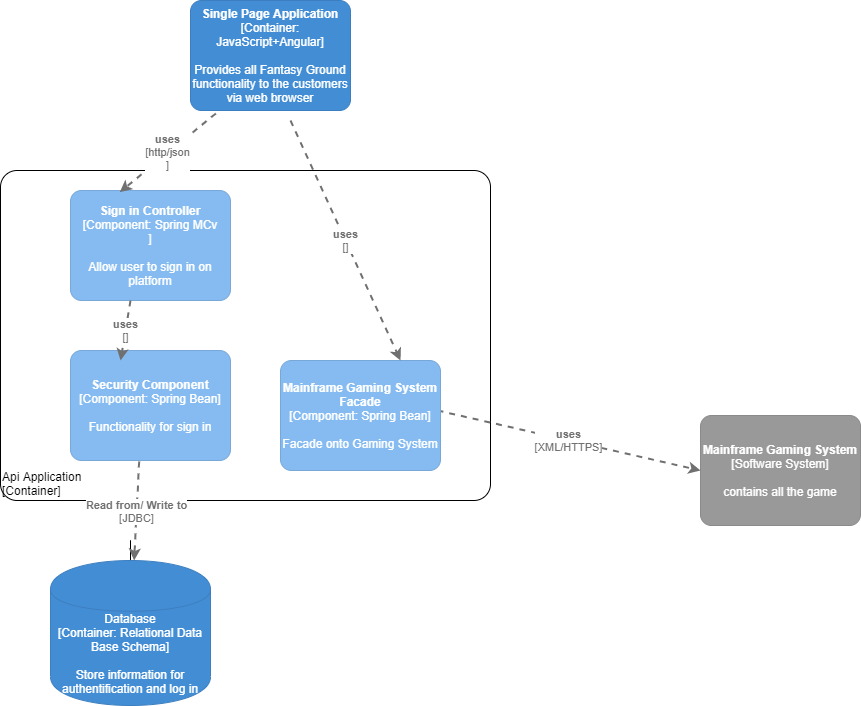
Above: Components.png in Madalina0303/Ip-lab4 (draw.io), before the change. Source tidied: cells renumbered, new cells last; positions are measured from the earlier drawing's top-left corner, leaving out a move shared by most shapes.
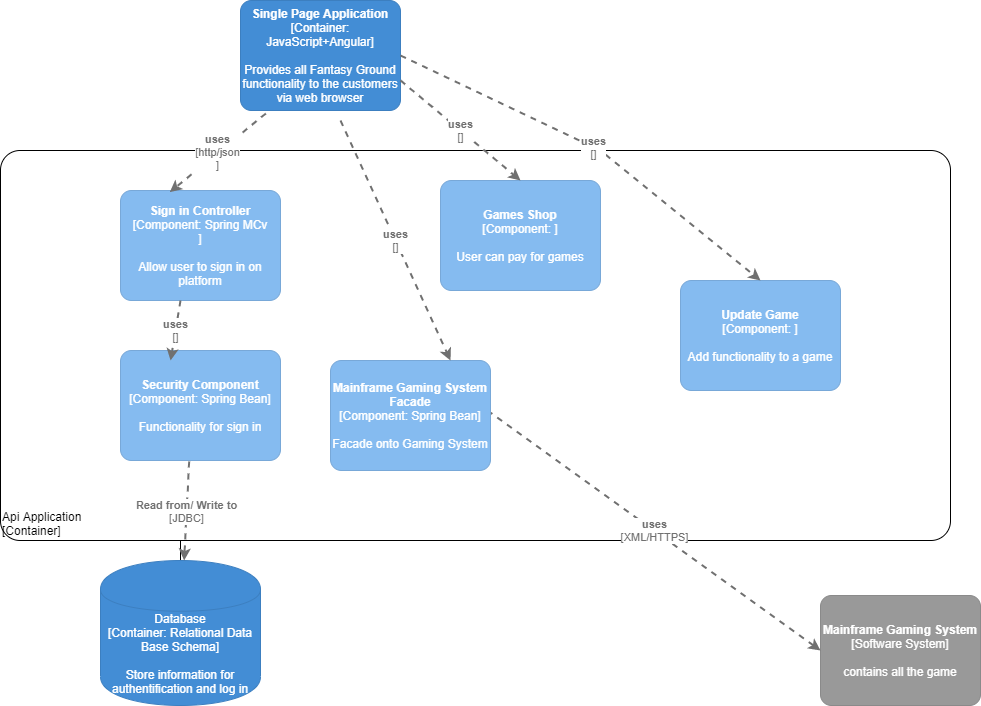
After the commit.

Diff of the diagram source:
```diff
@@ -4,7 +4,7 @@
     <mxCell id="1" parent="0" />
     <object id="2" label="&lt;div style=&quot;text-align: left&quot;&gt;%c4Name%&lt;/div&gt;&lt;div style=&quot;text-align: left&quot;&gt;[%c4Application%]&lt;/div&gt;" c4Application="Container" c4Name="Api Application" c4Type="ExecutionEnvironment" placeholders="1">
       <mxCell style="rounded=1;whiteSpace=wrap;html=1;labelBackgroundColor=none;fillColor=#ffffff;fontColor=#000000;align=left;arcSize=5;strokeColor=#000000;verticalAlign=bottom;metaData={&quot;c4Type&quot;:{&quot;editable&quot;:false}};" parent="1" vertex="1">
-        <mxGeometry y="170" width="490" height="330" as="geometry" />
+        <mxGeometry x="-50" y="150" width="950" height="390" as="geometry" />
       </mxCell>
     </object>
     <object id="3" label="&lt;b&gt;%c4Name%&lt;/b&gt;&lt;div&gt;[%c4Type%: %c4Technology%]&lt;/div&gt;&lt;br&gt;&lt;div&gt;%c4Description%&lt;/div&gt;" c4Description="Provides all Fantasy Ground functionality   to  the customers via web browser" c4Name="Single Page Application" c4Technology="JavaScript+Angular" c4Type="Container" placeholders="1">
@@ -51,7 +51,7 @@
     </object>
     <object id="11" label="&lt;b&gt;%c4Name%&lt;/b&gt;&lt;div&gt;[%c4Type%]&lt;/div&gt;&lt;br&gt;&lt;div&gt;%c4Description%&lt;/div&gt;" c4Description="contains all the game" c4Name="Mainframe Gaming System" c4Type="Software System" placeholders="1">
       <mxCell style="rounded=1;whiteSpace=wrap;html=1;labelBackgroundColor=none;fillColor=#999999;fontColor=#ffffff;align=center;arcSize=10;strokeColor=#8A8A8A;metaData={&quot;c4Type&quot;:{&quot;editable&quot;:false}};points=[[0.25,0,0],[0.5,0,0],[0.75,0,0],[1,0.25,0],[1,0.5,0],[1,0.75,0],[0.75,1,0],[0.5,1,0],[0.25,1,0],[0,0.75,0],[0,0.5,0],[0,0.25,0]];" parent="1" vertex="1">
-        <mxGeometry x="700" y="415" width="160" height="110" as="geometry" />
+        <mxGeometry x="770" y="595" width="160" height="110" as="geometry" />
       </mxCell>
     </object>
     <object id="12" label="&lt;div style=&quot;text-align: left&quot;&gt;&lt;div style=&quot;text-align: center&quot;&gt;&lt;b&gt;%c4Description%&lt;/b&gt;&lt;/div&gt;&lt;div style=&quot;text-align: center&quot;&gt;[%c4Technology%]&lt;/div&gt;&lt;/div&gt;" c4Description="uses" c4Technology="XML/HTTPS" c4Type="Relationship" placeholders="1">
@@ -73,5 +73,31 @@
         </mxGeometry>
       </mxCell>
     </object>
+    <object id="15" label="&lt;b&gt;%c4Name%&lt;/b&gt;&lt;div&gt;[%c4Type%: %c4Technology%]&lt;/div&gt;&lt;br&gt;&lt;div&gt;%c4Description%&lt;/div&gt;" c4Description="User can pay for games" c4Name="Games Shop" c4Technology="" c4Type="Component" placeholders="1">
+      <mxCell style="rounded=1;whiteSpace=wrap;html=1;labelBackgroundColor=none;fillColor=#85BBF0;fontColor=#ffffff;align=center;arcSize=10;strokeColor=#78A8D8;metaData={&quot;c4Type&quot;:{&quot;editable&quot;:false}};points=[[0.25,0,0],[0.5,0,0],[0.75,0,0],[1,0.25,0],[1,0.5,0],[1,0.75,0],[0.75,1,0],[0.5,1,0],[0.25,1,0],[0,0.75,0],[0,0.5,0],[0,0.25,0]];" parent="1" vertex="1">
+        <mxGeometry x="390" y="180" width="160" height="110" as="geometry" />
+      </mxCell>
+    </object>
+    <object id="16" label="&lt;div style=&quot;text-align: left&quot;&gt;&lt;div style=&quot;text-align: center&quot;&gt;&lt;b&gt;%c4Description%&lt;/b&gt;&lt;/div&gt;&lt;div style=&quot;text-align: center&quot;&gt;[%c4Technology%]&lt;/div&gt;&lt;/div&gt;" c4Description="uses" c4Technology="" c4Type="Relationship" placeholders="1">
+      <mxCell style="edgeStyle=none;rounded=0;html=1;entryX=0.5;entryY=0;jettySize=auto;strokeColor=#707070;strokeWidth=2;fontColor=#707070;jumpStyle=none;dashed=1;metaData={&quot;c4Type&quot;:{&quot;editable&quot;:false}};entryDx=0;entryDy=0;entryPerimeter=0;" parent="1" edge="1" target="15">
+        <mxGeometry relative="1" as="geometry">
+          <mxPoint x="350" y="80" as="sourcePoint" />
+        </mxGeometry>
+      </mxCell>
+    </object>
+    <object id="17" label="&lt;b&gt;%c4Name%&lt;/b&gt;&lt;div&gt;[%c4Type%: %c4Technology%]&lt;/div&gt;&lt;br&gt;&lt;div&gt;%c4Description%&lt;/div&gt;" c4Description="Add functionality to a game" c4Name="Update Game" c4Technology="" c4Type="Component" placeholders="1">
+      <mxCell style="rounded=1;whiteSpace=wrap;html=1;labelBackgroundColor=none;fillColor=#85BBF0;fontColor=#ffffff;align=center;arcSize=10;strokeColor=#78A8D8;metaData={&quot;c4Type&quot;:{&quot;editable&quot;:false}};points=[[0.25,0,0],[0.5,0,0],[0.75,0,0],[1,0.25,0],[1,0.5,0],[1,0.75,0],[0.75,1,0],[0.5,1,0],[0.25,1,0],[0,0.75,0],[0,0.5,0],[0,0.25,0]];" parent="1" vertex="1">
+        <mxGeometry x="630" y="280" width="160" height="110" as="geometry" />
+      </mxCell>
+    </object>
+    <object id="18" label="&lt;div style=&quot;text-align: left&quot;&gt;&lt;div style=&quot;text-align: center&quot;&gt;&lt;b&gt;%c4Description%&lt;/b&gt;&lt;/div&gt;&lt;div style=&quot;text-align: center&quot;&gt;[%c4Technology%]&lt;/div&gt;&lt;/div&gt;" c4Description="uses" c4Technology="" c4Type="Relationship" placeholders="1">
+      <mxCell style="edgeStyle=none;rounded=0;html=1;entryX=0.5;entryY=0;jettySize=auto;strokeColor=#707070;strokeWidth=2;fontColor=#707070;jumpStyle=none;dashed=1;metaData={&quot;c4Type&quot;:{&quot;editable&quot;:false}};entryDx=0;entryDy=0;entryPerimeter=0;exitX=1;exitY=0.5;exitDx=0;exitDy=0;exitPerimeter=0;" parent="1" edge="1" source="3" target="17">
+        <mxGeometry relative="1" as="geometry">
+          <Array as="points">
+            <mxPoint x="550" y="150" />
+          </Array>
+        </mxGeometry>
+      </mxCell>
+    </object>
   </root>
 </mxGraphModel>
```
